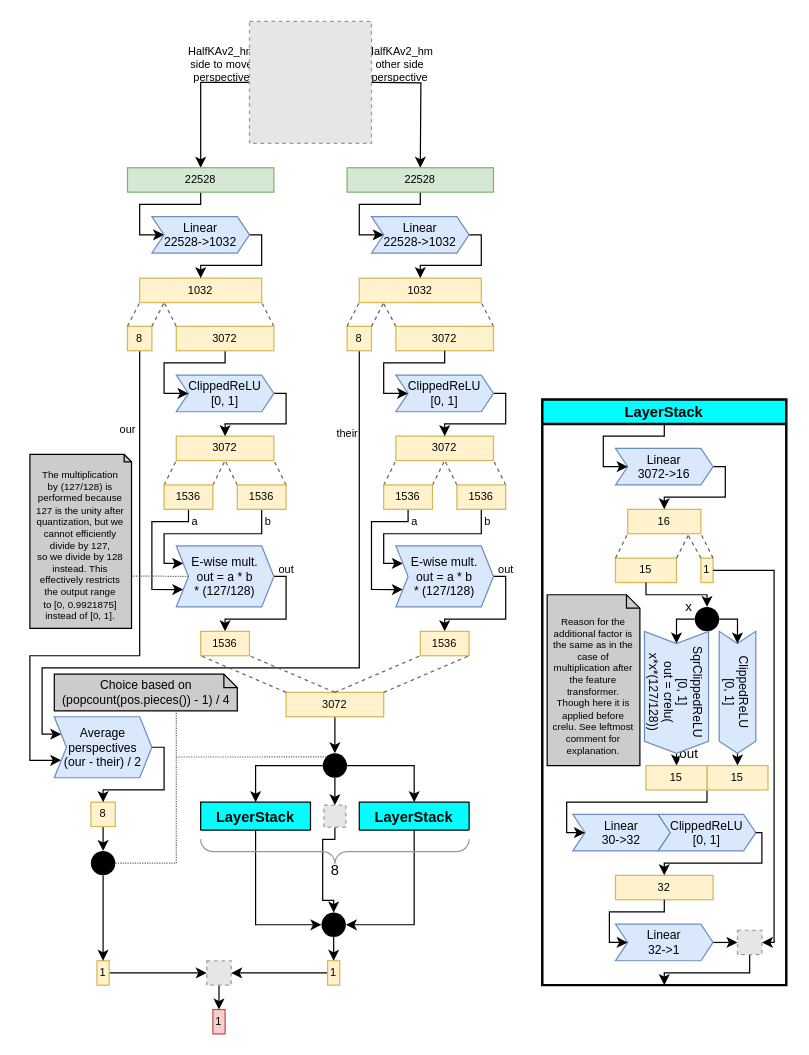
official-stockfish/nnue-pytorch keeps this draw.io diagram as docs/img/SFNNv9_architecture.drawio. Above is the earlier version. Source tidied: cells renumbered, new cells numbered last; positions are measured from the earlier drawing's top-left corner, leaving out a move shared by most shapes. Both pictures are drawn from the tidied source at 122%, with x=0, y=0 at pixel (29, 21). Pictures stored in the file or linked from it are replaced by grey dashed boxes.
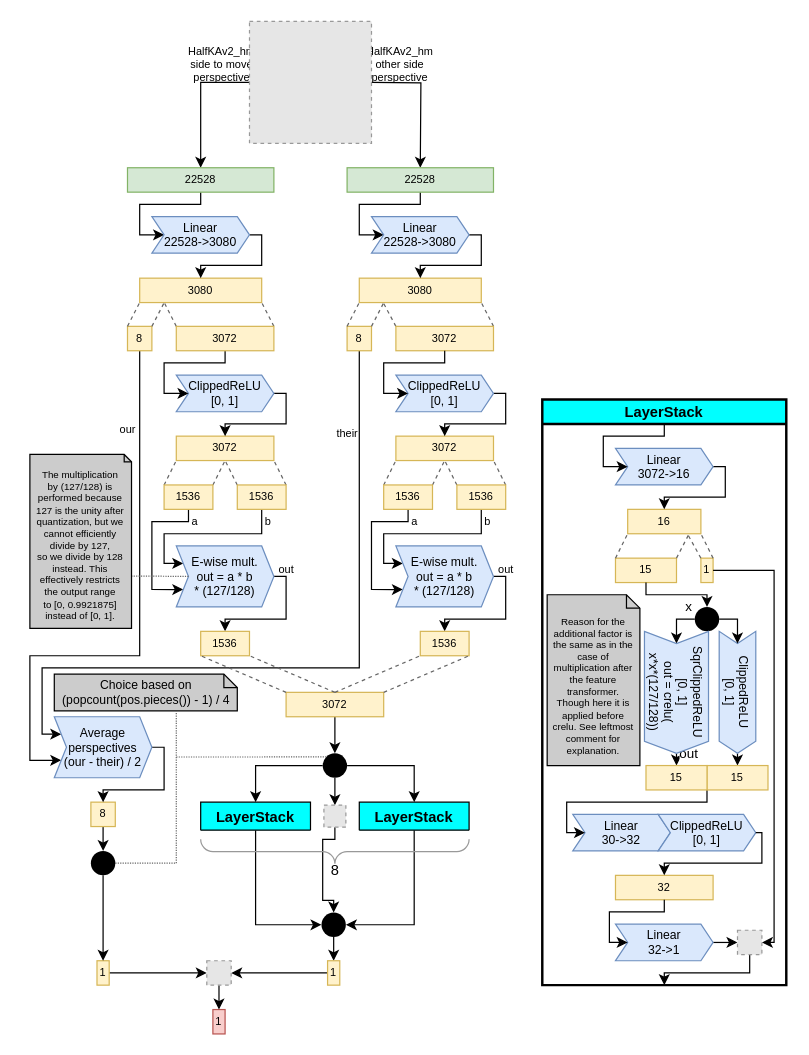
Above is the later version.

What changed in the source:
```diff
@@
-    <mxCell id="9" value="&lt;div&gt;1032&lt;/div&gt;" style="rounded=0;whiteSpace=wrap;html=1;shadow=0;glass=0;sketch=0;fontSize=9;align=center;fillColor=#fff2cc;strokeColor=#d6b656;" parent="1" vertex="1">
+    <mxCell id="9" value="&lt;div&gt;3080&lt;/div&gt;" style="rounded=0;whiteSpace=wrap;html=1;shadow=0;glass=0;sketch=0;fontSize=9;align=center;fillColor=#fff2cc;strokeColor=#d6b656;" parent="1" vertex="1">
       <mxGeometry x="90" y="210.5" width="100" height="20" as="geometry" />
     </mxCell>
@@
-    <mxCell id="12" value="1032" style="rounded=0;whiteSpace=wrap;html=1;shadow=0;glass=0;sketch=0;fontSize=9;align=center;fillColor=#fff2cc;strokeColor=#d6b656;" parent="1" vertex="1">
+    <mxCell id="12" value="3080" style="rounded=0;whiteSpace=wrap;html=1;shadow=0;glass=0;sketch=0;fontSize=9;align=center;fillColor=#fff2cc;strokeColor=#d6b656;" parent="1" vertex="1">
       <mxGeometry x="270" y="210.5" width="100" height="20" as="geometry" />
     </mxCell>
@@
-    <mxCell id="16" value="&lt;div style=&quot;font-size: 10px&quot;&gt;Linear&lt;/div&gt;&lt;div style=&quot;font-size: 10px&quot;&gt;22528-&amp;gt;1032&lt;/div&gt;" style="shape=step;perimeter=stepPerimeter;whiteSpace=wrap;html=1;fixedSize=1;rounded=0;shadow=0;glass=0;sketch=0;fontSize=10;align=center;size=10;fillColor=#dae8fc;strokeColor=#6c8ebf;" parent="1" vertex="1">
+    <mxCell id="16" value="&lt;div style=&quot;font-size: 10px&quot;&gt;Linear&lt;/div&gt;&lt;div style=&quot;font-size: 10px&quot;&gt;22528-&amp;gt;3080&lt;/div&gt;" style="shape=step;perimeter=stepPerimeter;whiteSpace=wrap;html=1;fixedSize=1;rounded=0;shadow=0;glass=0;sketch=0;fontSize=10;align=center;size=10;fillColor=#dae8fc;strokeColor=#6c8ebf;" parent="1" vertex="1">
       <mxGeometry x="100" y="160" width="80" height="30" as="geometry" />
     </mxCell>
-    <mxCell id="17" value="&lt;div style=&quot;font-size: 10px&quot;&gt;Linear&lt;/div&gt;&lt;div style=&quot;font-size: 10px&quot;&gt;22528-&amp;gt;1032&lt;/div&gt;" style="shape=step;perimeter=stepPerimeter;whiteSpace=wrap;html=1;fixedSize=1;rounded=0;shadow=0;glass=0;sketch=0;fontSize=10;align=center;size=10;fillColor=#dae8fc;strokeColor=#6c8ebf;" parent="1" vertex="1">
+    <mxCell id="17" value="&lt;div style=&quot;font-size: 10px&quot;&gt;Linear&lt;/div&gt;&lt;div style=&quot;font-size: 10px&quot;&gt;22528-&amp;gt;3080&lt;/div&gt;" style="shape=step;perimeter=stepPerimeter;whiteSpace=wrap;html=1;fixedSize=1;rounded=0;shadow=0;glass=0;sketch=0;fontSize=10;align=center;size=10;fillColor=#dae8fc;strokeColor=#6c8ebf;" parent="1" vertex="1">
       <mxGeometry x="280" y="160" width="80" height="30" as="geometry" />
     </mxCell>
```
